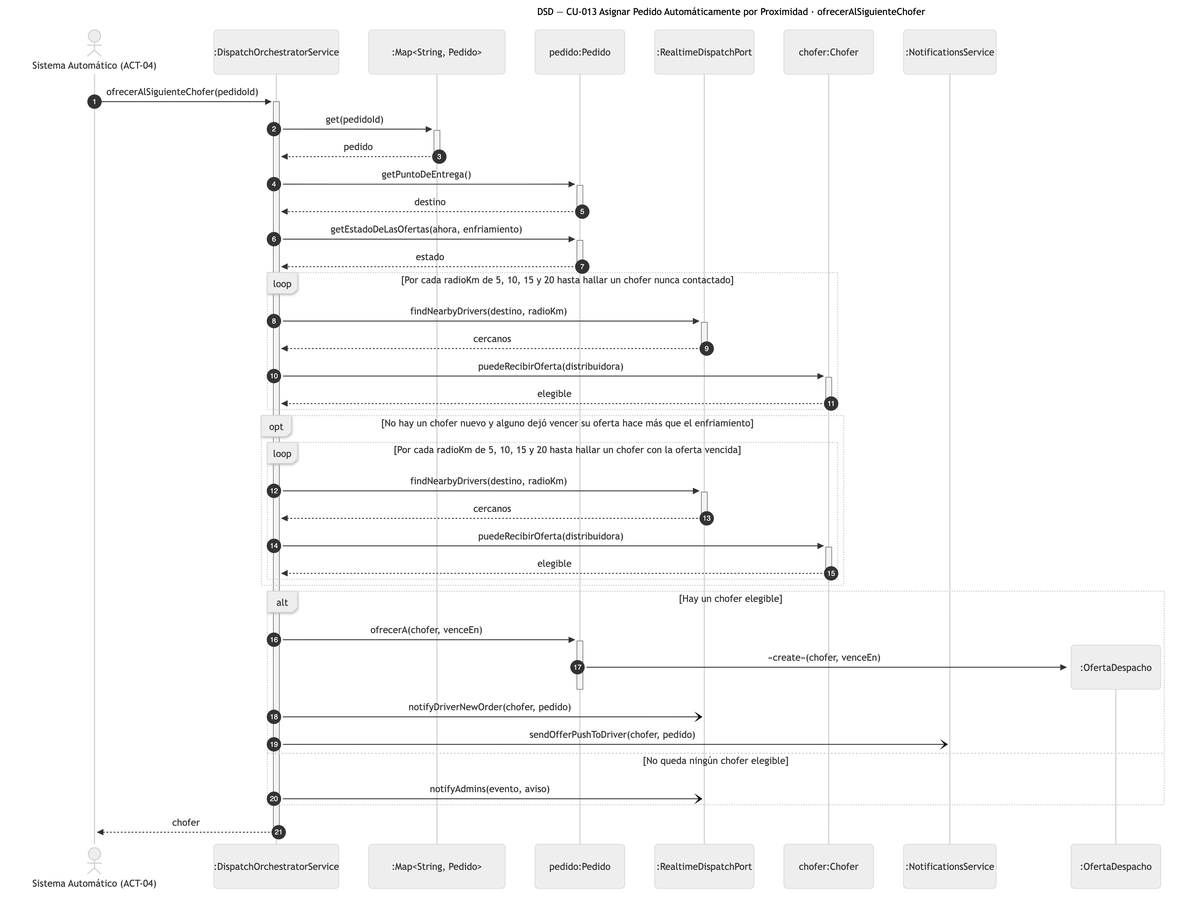
Above: diagramas/png/DSD_CU-013_ofrecerAlSiguienteChofer.png in Nahuelito-Dev/splg-docs (Mermaid), before the change. Its source is kept beside it as diagramas/DSD_CU-013_ofrecerAlSiguienteChofer.mmd.
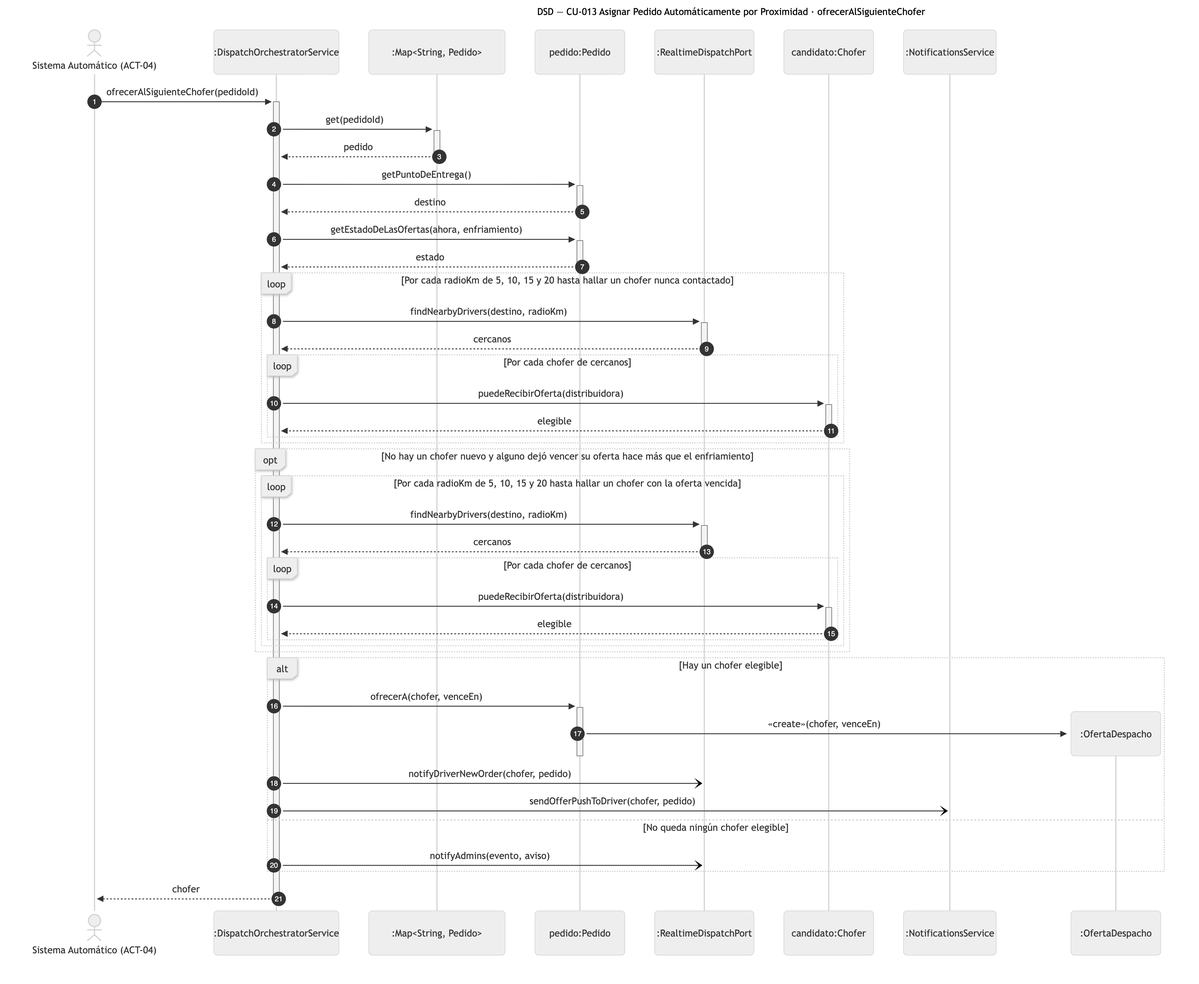
Above is the later version.

Diff of the diagram source:
```diff
@@ -6,7 +6,7 @@
     participant PEDS as :Map#lt;String, Pedido#gt;
     participant PED as pedido:Pedido
     participant RT as :RealtimeDispatchPort
-    participant CHO as chofer:Chofer
+    participant CHO as candidato:Chofer
     participant NOT as :NotificationsService
 
     SIS->>+SRV: ofrecerAlSiguienteChofer(pedidoId)
@@ -19,15 +19,19 @@
     loop Por cada radioKm de 5, 10, 15 y 20 hasta hallar un chofer nunca contactado
         SRV->>+RT: findNearbyDrivers(destino, radioKm)
         RT-->>-SRV: cercanos
-        SRV->>+CHO: puedeRecibirOferta(distribuidora)
-        CHO-->>-SRV: elegible
+        loop Por cada chofer de cercanos
+            SRV->>+CHO: puedeRecibirOferta(distribuidora)
+            CHO-->>-SRV: elegible
+        end
     end
     opt No hay un chofer nuevo y alguno dejó vencer su oferta hace más que el enfriamiento
         loop Por cada radioKm de 5, 10, 15 y 20 hasta hallar un chofer con la oferta vencida
             SRV->>+RT: findNearbyDrivers(destino, radioKm)
             RT-->>-SRV: cercanos
-            SRV->>+CHO: puedeRecibirOferta(distribuidora)
-            CHO-->>-SRV: elegible
+            loop Por cada chofer de cercanos
+                SRV->>+CHO: puedeRecibirOferta(distribuidora)
+                CHO-->>-SRV: elegible
+            end
         end
     end
     alt Hay un chofer elegible
```
